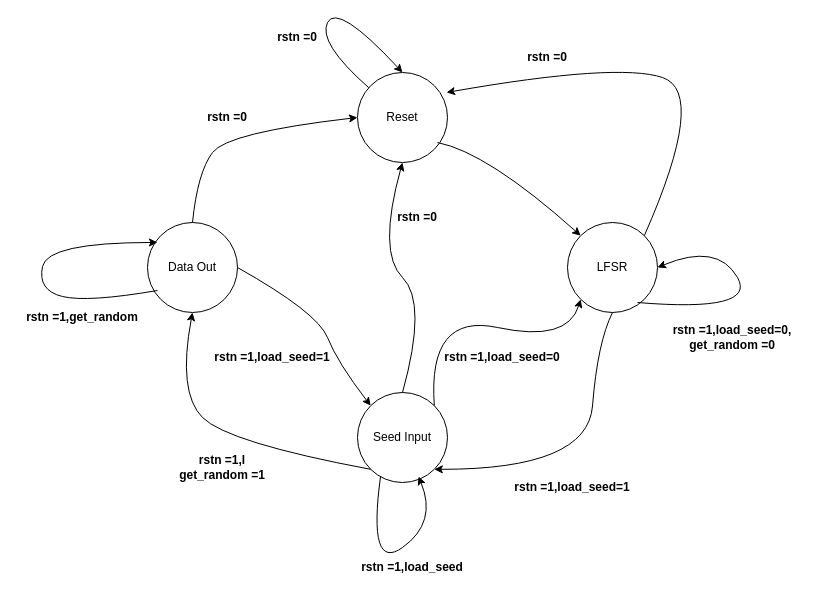
Above: FSM.drawio in UmeshDeshmukh/Advanced_Hardware_Design_ECE_GY_6463 (draw.io), before the change. Source tidied: cells renumbered, new cells numbered last; positions are measured from the earlier drawing's top-left corner, leaving out a move shared by most shapes. Both pictures are drawn from the tidied source at 100%, with x=0, y=0 at pixel (17, 2).
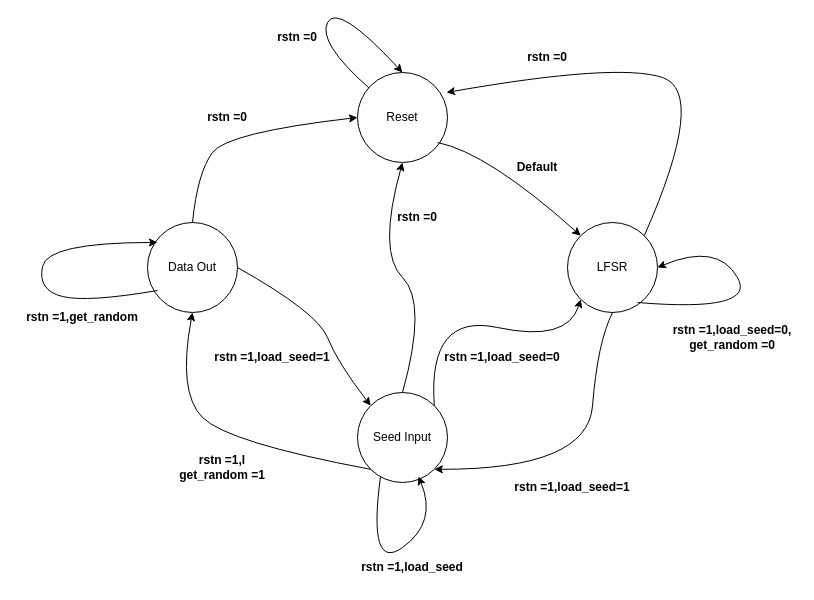
The same page after the edit.

Diff of the diagram source:
```diff
@@
+    <mxCell id="30" value="&lt;b&gt;Default&lt;/b&gt;" style="text;html=1;strokeColor=none;fillColor=none;align=center;verticalAlign=middle;whiteSpace=wrap;rounded=0;" parent="1" vertex="1">
+      <mxGeometry x="490" y="150" width="60" height="30" as="geometry" />
+    </mxCell>
```
